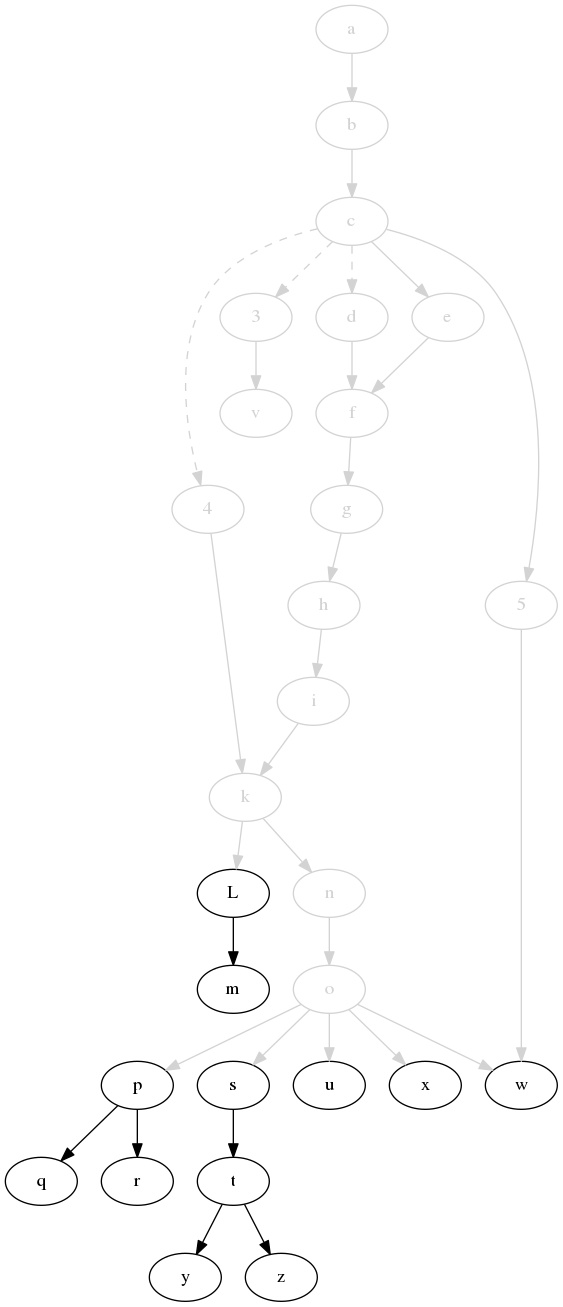
This is svm-startup-deps.png from jdmpapin/svm-startup-deps, a Graphviz export, as it was before one commit. Its source is kept beside it as svm-startup-deps.dot.
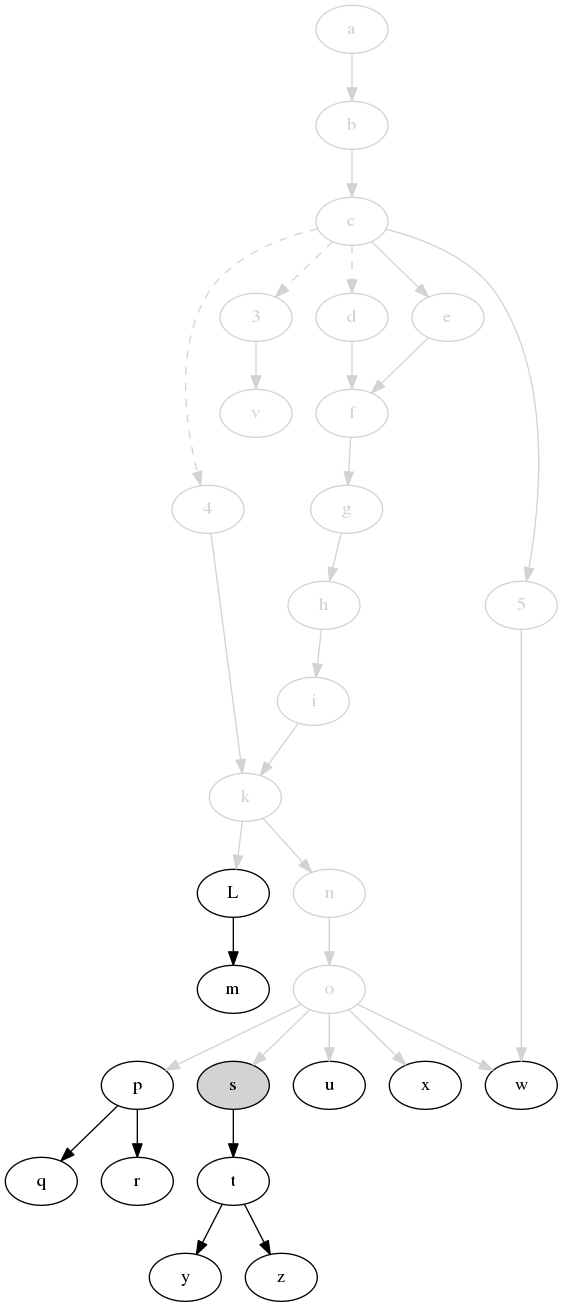
The same file after the commit.

Diff of the diagram source:
```diff
@@ -19,7 +19,7 @@
     p;
     q;
     r;
-    s;
+    s [style=filled,fillcolor=lightgrey];
     t;
     u;
     v [color=lightgrey,fontcolor=lightgrey];
```
